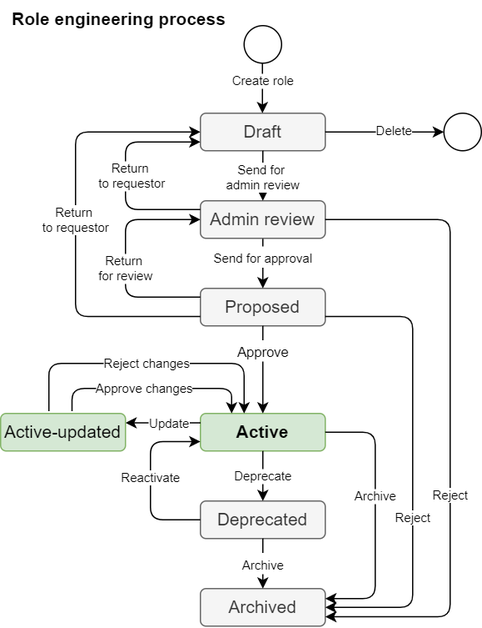
Earlier version of the draw.io export midpoint/devel/iga/role-engineering/iga-schemas-role-engineering.png (Evolveum/docs). Source tidied: cells renumbered, new cells last; positions are measured from the earlier drawing's top-left corner, leaving out a move shared by most shapes.
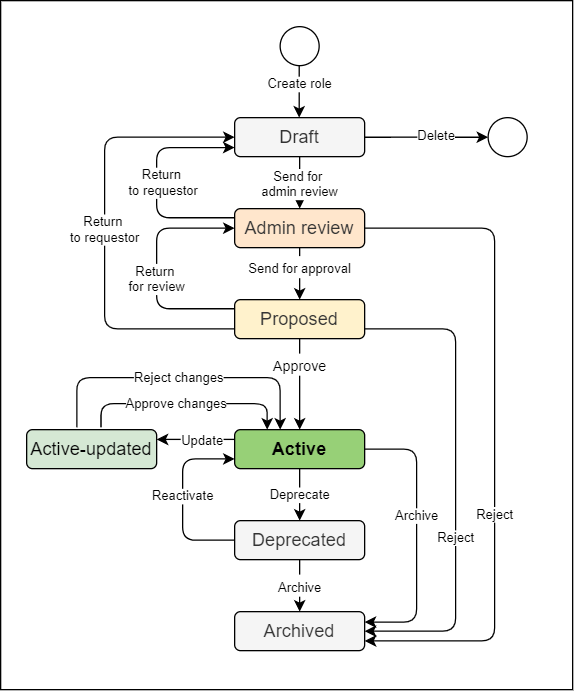
The same diagram one commit later.

Diff of the diagram source:
```diff
@@ -2,24 +2,24 @@
   <root>
     <mxCell id="0" />
     <mxCell id="1" parent="0" />
+    <mxCell id="42" style="rounded=0;whiteSpace=wrap;html=1;labelBackgroundColor=none;strokeColor=#000000;strokeWidth=1;fillColor=none;gradientColor=#B3B3B3;" parent="1" vertex="1">
+      <mxGeometry x="-20" width="440" height="530" as="geometry" />
+    </mxCell>
-    <mxCell id="2" value="Draft" style="rounded=1;whiteSpace=wrap;html=1;fontSize=14;fillColor=#f5f5f5;fontColor=#333333;strokeColor=#666666;" parent="1" vertex="1">
+    <mxCell id="2" value="Draft" style="rounded=1;whiteSpace=wrap;html=1;fontSize=14;fillColor=#f5f5f5;fontColor=#333333;strokeColor=#000000;" parent="1" vertex="1">
       <mxGeometry x="160" y="90" width="100" height="30" as="geometry" />
     </mxCell>
-    <mxCell id="3" value="Proposed" style="rounded=1;whiteSpace=wrap;html=1;fontSize=14;fillColor=#f5f5f5;fontColor=#333333;strokeColor=#666666;" parent="1" vertex="1">
+    <mxCell id="3" value="Proposed" style="rounded=1;whiteSpace=wrap;html=1;fontSize=14;fillColor=#FFF2CC;fontColor=#333333;strokeColor=#000000;" parent="1" vertex="1">
       <mxGeometry x="160" y="230" width="100" height="30" as="geometry" />
     </mxCell>
-    <mxCell id="4" value="Active" style="rounded=1;whiteSpace=wrap;html=1;fontSize=14;fontStyle=1;fillColor=#d5e8d4;strokeColor=#82b366;" parent="1" vertex="1">
+    <mxCell id="4" value="Active" style="rounded=1;whiteSpace=wrap;html=1;fontSize=14;fontStyle=1;fillColor=#97D077;strokeColor=#000000;" parent="1" vertex="1">
       <mxGeometry x="160" y="330" width="100" height="30" as="geometry" />
     </mxCell>
-    <mxCell id="5" value="Deprecated" style="rounded=1;whiteSpace=wrap;html=1;fontSize=14;fillColor=#f5f5f5;fontColor=#333333;strokeColor=#666666;" parent="1" vertex="1">
+    <mxCell id="5" value="Deprecated" style="rounded=1;whiteSpace=wrap;html=1;fontSize=14;fillColor=#f5f5f5;fontColor=#333333;strokeColor=#000000;" parent="1" vertex="1">
       <mxGeometry x="160" y="400" width="100" height="30" as="geometry" />
     </mxCell>
-    <mxCell id="6" value="Archived" style="rounded=1;whiteSpace=wrap;html=1;fontSize=14;fillColor=#f5f5f5;fontColor=#333333;strokeColor=#666666;" parent="1" vertex="1">
+    <mxCell id="6" value="Archived" style="rounded=1;whiteSpace=wrap;html=1;fontSize=14;fillColor=#f5f5f5;fontColor=#333333;strokeColor=#000000;" parent="1" vertex="1">
       <mxGeometry x="160" y="470" width="100" height="30" as="geometry" />
     </mxCell>
-    <mxCell id="7" value="Role engineering process" style="text;html=1;strokeColor=none;fillColor=none;align=center;verticalAlign=middle;whiteSpace=wrap;rounded=0;fontSize=14;fontStyle=1;" parent="1" vertex="1">
-      <mxGeometry width="190" height="30" as="geometry" />
-    </mxCell>
     <mxCell id="8" value="&lt;font style=&quot;font-size: 10px&quot;&gt;Send for approval&lt;/font&gt;" style="endArrow=classic;html=1;rounded=0;fontSize=14;" parent="1" edge="1" target="3">
       <mxGeometry relative="1" as="geometry">
         <mxPoint x="210" y="180" as="sourcePoint" />
@@ -76,7 +76,7 @@
     <mxCell id="19" value="Update" style="edgeLabel;html=1;align=center;verticalAlign=middle;fontSize=10;fontColor=#000000;" parent="18" vertex="1">
       <mxGeometry x="-0.15" relative="1" as="geometry" />
     </mxCell>
-    <mxCell id="20" value="&lt;font style=&quot;font-weight: normal ; font-size: 14px&quot;&gt;Active-updated&lt;/font&gt;" style="rounded=1;whiteSpace=wrap;html=1;fontSize=14;fontStyle=1;fillColor=#d5e8d4;strokeColor=#82b366;" parent="1" vertex="1">
+    <mxCell id="20" value="&lt;font style=&quot;font-weight: normal ; font-size: 14px&quot;&gt;Active-updated&lt;/font&gt;" style="rounded=1;whiteSpace=wrap;html=1;fontSize=14;fontStyle=1;fillColor=#D5E8D4;strokeColor=#000000;" parent="1" vertex="1">
       <mxGeometry y="330" width="100" height="30" as="geometry" />
     </mxCell>
     <mxCell id="21" style="endArrow=classic;html=1;rounded=1;fontSize=14;edgeStyle=orthogonalEdgeStyle;exitX=0.572;exitY=-0.061;exitDx=0;exitDy=0;entryX=0.25;entryY=0;entryDx=0;entryDy=0;exitPerimeter=0;" parent="1" edge="1" source="20" target="4">
@@ -105,7 +105,7 @@
         <mxPoint x="16" as="offset" />
       </mxGeometry>
     </mxCell>
-    <mxCell id="25" value="Admin review" style="rounded=1;whiteSpace=wrap;html=1;fontSize=14;fillColor=#f5f5f5;fontColor=#333333;strokeColor=#666666;" parent="1" vertex="1">
+    <mxCell id="25" value="Admin review" style="rounded=1;whiteSpace=wrap;html=1;fontSize=14;fillColor=#FFE6CC;fontColor=#333333;strokeColor=#000000;" parent="1" vertex="1">
       <mxGeometry x="160" y="160" width="100" height="30" as="geometry" />
     </mxCell>
     <mxCell id="26" style="endArrow=classic;html=1;rounded=1;fontSize=14;edgeStyle=orthogonalEdgeStyle;startArrow=none;startFill=0;exitX=0.5;exitY=1;exitDx=0;exitDy=0;entryX=0.5;entryY=0;entryDx=0;entryDy=0;" parent="1" edge="1" source="2" target="25">
```
